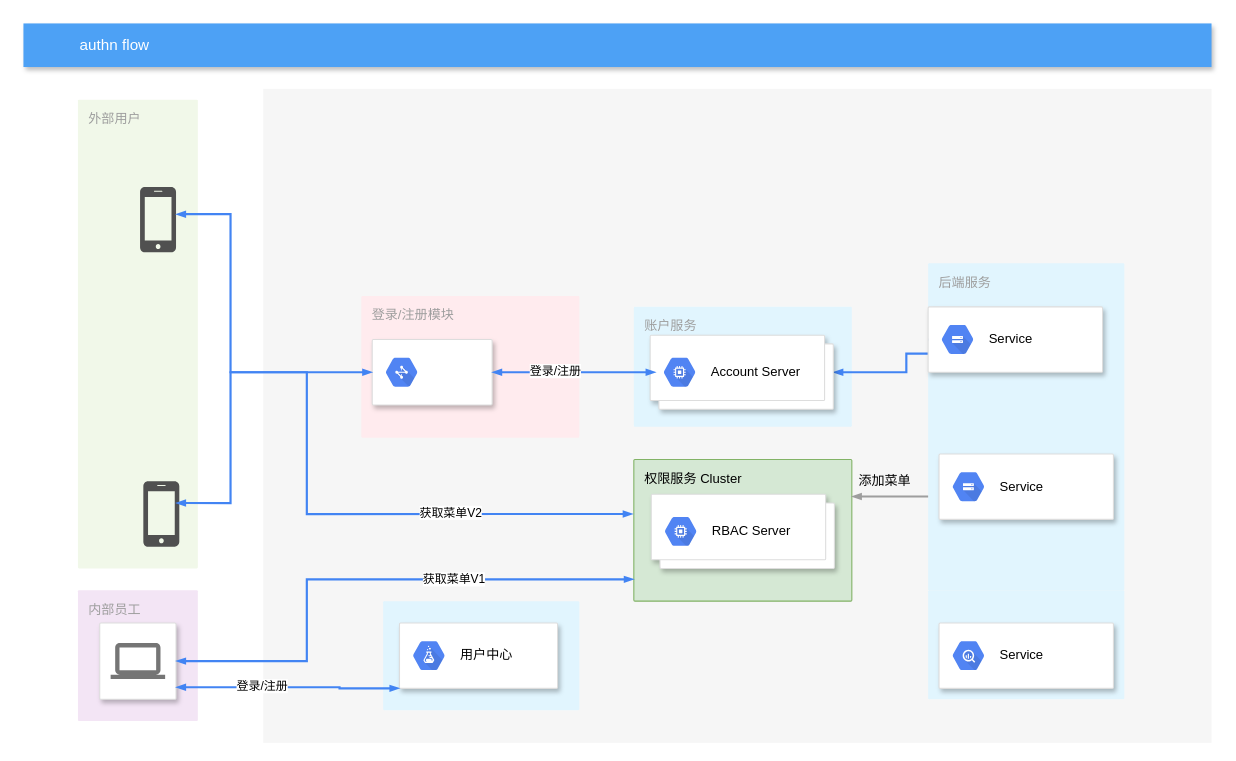
Earlier version of the draw.io diagram craft/aa.drawio (feihu618/drawio). Source tidied: cells renumbered, new cells numbered last; positions are measured from the earlier drawing's top-left corner, leaving out a move shared by most shapes. Both pictures are drawn from the tidied source at 109%, with x=0, y=0 at pixel (23, 23).
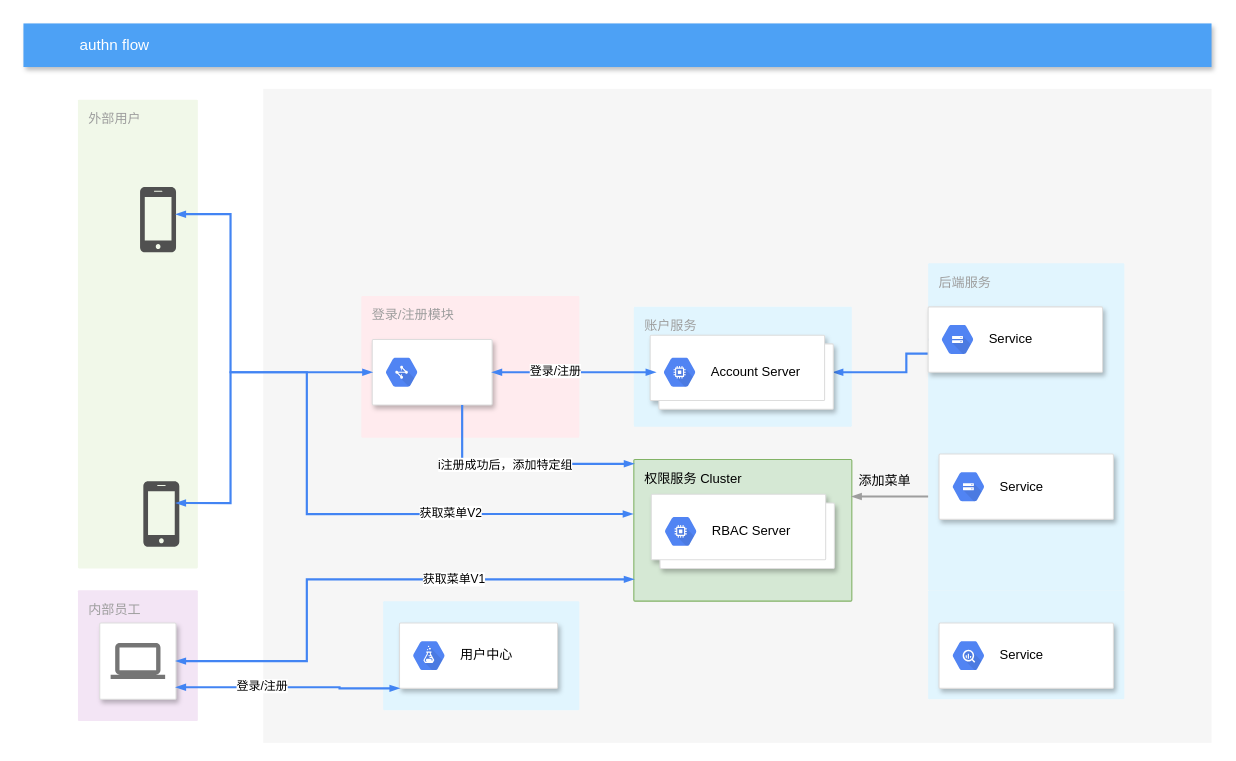
The same page after the edit.

Unchanged cells that the change refers to:
```xml
<mxCell id="3" value="权限服务 Cluster" style="rounded=1;absoluteArcSize=1;arcSize=2;html=1;strokeColor=#82b366;shadow=0;dashed=0;fontSize=12;align=left;verticalAlign=top;spacing=10;spacingTop=-4;fillColor=#d5e8d4;" parent="1" vertex="1">
  <mxGeometry x="560" y="400" width="200" height="130" as="geometry" />
</mxCell>
<mxCell id="28" style="strokeColor=#dddddd;fillColor=#ffffff;shadow=1;strokeWidth=1;rounded=1;absoluteArcSize=1;arcSize=2;fontSize=11;fontColor=#9E9E9E;align=center;html=1;" parent="1" vertex="1">
  <mxGeometry x="320" y="290" width="110" height="60" as="geometry" />
</mxCell>
```

Change to the diagram source:
```diff
@@
+    <mxCell id="44" style="edgeStyle=orthogonalEdgeStyle;rounded=0;html=1;labelBackgroundColor=none;startFill=1;startSize=4;endArrow=blockThin;endFill=1;endSize=4;jettySize=auto;strokeColor=#4284F3;strokeWidth=2;fontSize=12;fontColor=#000000;align=left;dashed=0;exitX=0.75;exitY=1;exitDx=0;exitDy=0;" parent="1" edge="1" source="28" target="3">
+      <mxGeometry relative="1" as="geometry">
+        <Array as="points">
+          <mxPoint x="403" y="404" />
+        </Array>
+      </mxGeometry>
+    </mxCell>
+    <mxCell id="45" value="i注册成功后，添加特定组" style="edgeLabel;html=1;align=center;verticalAlign=middle;" parent="44" vertex="1">
+      <mxGeometry x="-0.13" relative="1" as="geometry">
+        <mxPoint x="1" as="offset" />
+      </mxGeometry>
+    </mxCell>
```
